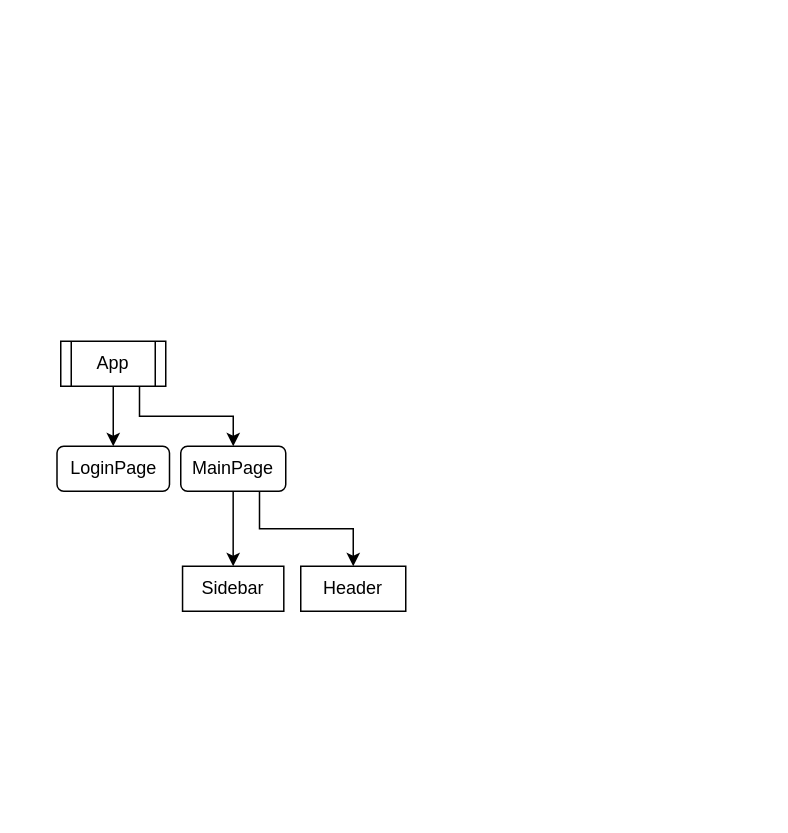
JeongHeum2802/Place-Market keeps this draw.io diagram as diagram.drawio. Above is the earlier version. Source tidied: cells renumbered, new cells numbered last; positions are measured from the earlier drawing's top-left corner, leaving out a move shared by most shapes. Both pictures are drawn from the tidied source at 150%, with x=0, y=0 at pixel (57, 340).
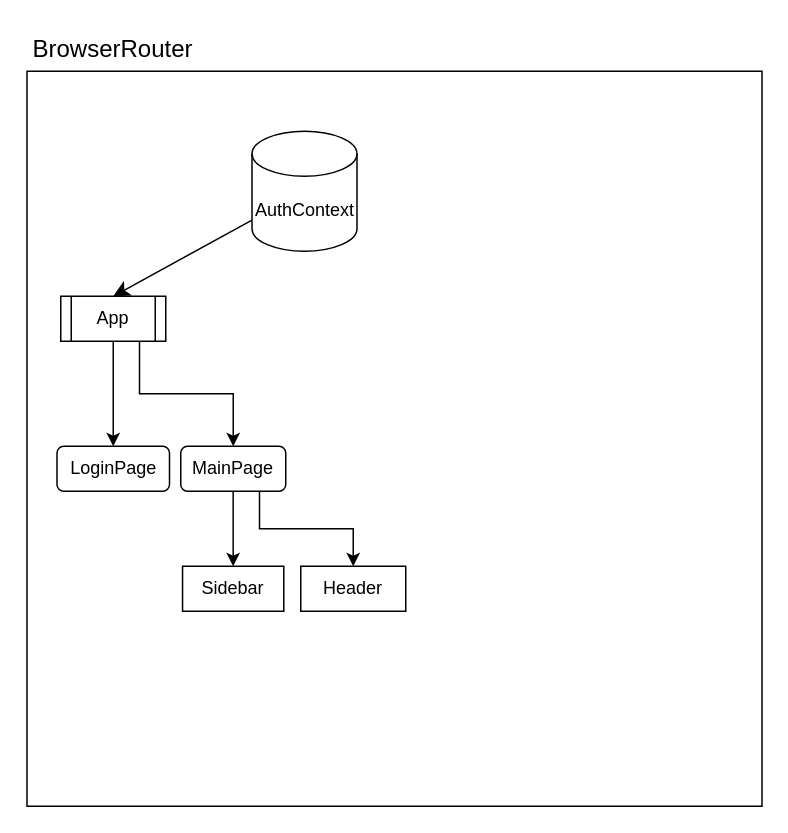
Above is the later version.

Commit message:
다이어그램 store추가

Diff of the diagram source:
```diff
@@
 <mxGraphModel>
   <root>
     <mxCell id="0" />
     <mxCell id="1" parent="0" />
+    <mxCell id="11" style="whiteSpace=wrap;html=1;" parent="1" vertex="1">
+      <mxGeometry x="-20.5" y="-180" width="490" height="490" as="geometry" />
+    </mxCell>
     <mxCell id="2" value="LoginPage" style="rounded=1;whiteSpace=wrap;html=1;rotation=0;" parent="1" vertex="1">
       <mxGeometry x="-0.5" y="70" width="75" height="30" as="geometry" />
     </mxCell>
     <mxCell id="3" style="edgeStyle=orthogonalEdgeStyle;rounded=0;jettySize=auto;html=1;entryX=0.5;entryY=0;entryDx=0;entryDy=0;" parent="1" edge="1" source="5" target="9">
       <mxGeometry relative="1" as="geometry" />
     </mxCell>
     <mxCell id="4" style="edgeStyle=orthogonalEdgeStyle;rounded=0;jettySize=auto;html=1;exitX=0.75;exitY=1;exitDx=0;exitDy=0;entryX=0.5;entryY=0;entryDx=0;entryDy=0;" parent="1" edge="1" source="5" target="10">
       <mxGeometry relative="1" as="geometry" />
     </mxCell>
     <mxCell id="5" value="MainPage" style="rounded=1;whiteSpace=wrap;html=1;" parent="1" vertex="1">
       <mxGeometry x="82" y="70" width="70" height="30" as="geometry" />
     </mxCell>
     <mxCell id="6" style="edgeStyle=orthogonalEdgeStyle;rounded=0;jettySize=auto;html=1;entryX=0.5;entryY=0;entryDx=0;entryDy=0;" parent="1" edge="1" source="8" target="2">
       <mxGeometry relative="1" as="geometry" />
     </mxCell>
     <mxCell id="7" style="edgeStyle=orthogonalEdgeStyle;rounded=0;jettySize=auto;html=1;exitX=0.75;exitY=1;exitDx=0;exitDy=0;entryX=0.5;entryY=0;entryDx=0;entryDy=0;" parent="1" edge="1" source="8" target="5">
       <mxGeometry relative="1" as="geometry" />
     </mxCell>
     <mxCell id="8" value="App" style="shape=process;whiteSpace=wrap;html=1;backgroundOutline=1;" parent="1" vertex="1">
-      <mxGeometry x="2" width="70" height="30" as="geometry" />
+      <mxGeometry x="2" y="-30" width="70" height="30" as="geometry" />
     </mxCell>
     <mxCell id="9" value="Sidebar" style="rounded=0;whiteSpace=wrap;html=1;" parent="1" vertex="1">
       <mxGeometry x="83.2" y="150" width="67.5" height="30" as="geometry" />
     </mxCell>
     <mxCell id="10" value="Header" style="rounded=0;whiteSpace=wrap;html=1;" parent="1" vertex="1">
       <mxGeometry x="162" y="150" width="70" height="30" as="geometry" />
     </mxCell>
+    <mxCell id="12" style="edgeStyle=none;curved=1;rounded=0;jettySize=auto;html=1;entryX=0.5;entryY=0;entryDx=0;entryDy=0;fontSize=12;startSize=8;endSize=8;" parent="1" edge="1" source="13" target="8">
+      <mxGeometry relative="1" as="geometry" />
+    </mxCell>
+    <mxCell id="13" value="AuthContext" style="shape=cylinder3;whiteSpace=wrap;html=1;boundedLbl=1;backgroundOutline=1;size=15;" parent="1" vertex="1">
+      <mxGeometry x="129.5" y="-140" width="70" height="80" as="geometry" />
+    </mxCell>
+    <mxCell id="14" style="edgeStyle=none;curved=1;rounded=0;jettySize=auto;html=1;fontSize=12;startSize=8;endSize=8;" parent="1" edge="1" source="15" target="11">
+      <mxGeometry relative="1" as="geometry" />
+    </mxCell>
+    <mxCell id="15" value="BrowserRouter" style="text;html=1;whiteSpace=wrap;strokeColor=none;fillColor=none;align=center;verticalAlign=middle;rounded=0;fontSize=16;" parent="1" vertex="1">
+      <mxGeometry x="7" y="-210" width="60" height="30" as="geometry" />
+    </mxCell>
   </root>
 </mxGraphModel>
```
